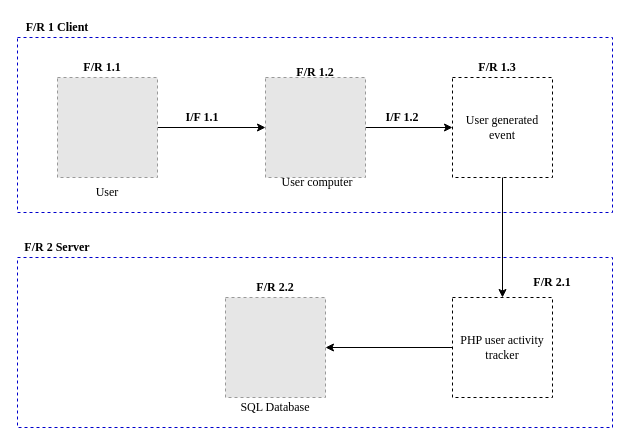
The draw.io diagram Images/Chapter2/SystemA_Architecture_Diagram/SystemA_Architecture_Diagram.drawio in CorrieScheepers/Masters, before the edit. Source tidied: cells renumbered, new cells numbered last; positions are measured from the earlier drawing's top-left corner, leaving out a move shared by most shapes. Both pictures are drawn from the tidied source at 100%, with x=0, y=0 at pixel (17, 17). Pictures stored in the file or linked from it are replaced by grey dashed boxes.
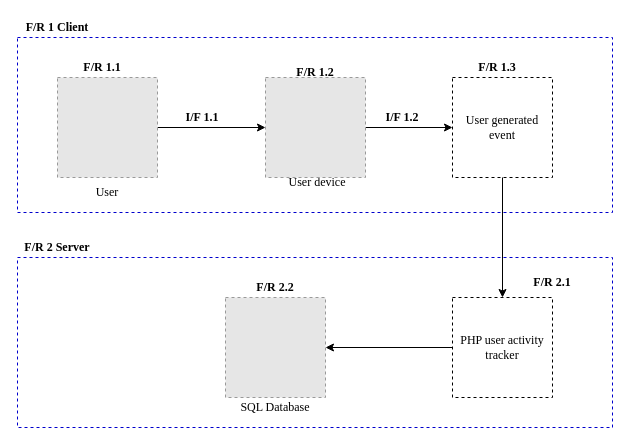
Above is the later version.

Diff of the diagram source:
```diff
@@
-    <mxCell id="12" value="User computer" style="text;html=1;strokeColor=none;fillColor=none;align=center;verticalAlign=middle;whiteSpace=wrap;rounded=0;dashed=1;fontFamily=Times New Roman;" parent="1" vertex="1">
+    <mxCell id="12" value="User device" style="text;html=1;strokeColor=none;fillColor=none;align=center;verticalAlign=middle;whiteSpace=wrap;rounded=0;dashed=1;fontFamily=Times New Roman;" parent="1" vertex="1">
       <mxGeometry x="255" y="155" width="90" height="20" as="geometry" />
     </mxCell>
```
